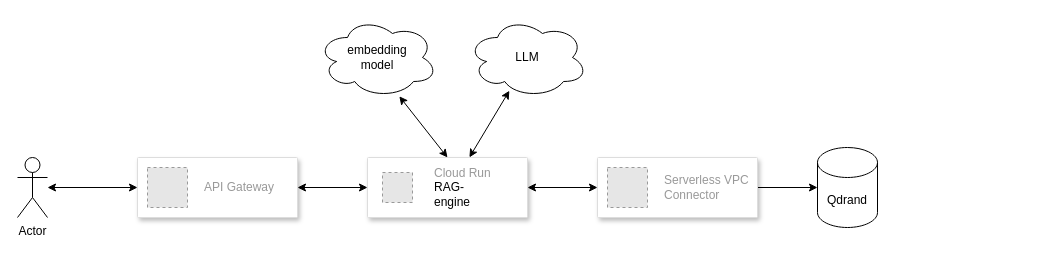
Above: docs/infrastructure.drawio in mila-ai4h/rag_tool (draw.io), before the change. Source tidied: cells renumbered, new cells numbered last; positions are measured from the earlier drawing's top-left corner, leaving out a move shared by most shapes. Both pictures are drawn from the tidied source at 100%, with x=0, y=0 at pixel (17, 17). Pictures stored in the file or linked from it are replaced by grey dashed boxes.
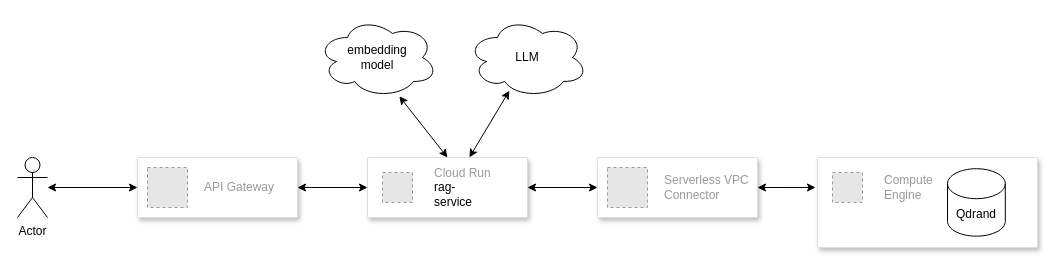
The same diagram, later.

The change refers to these unchanged cells:
```xml
<mxCell id="13" style="strokeColor=#dddddd;shadow=1;strokeWidth=1;rounded=1;absoluteArcSize=1;arcSize=2;" parent="1" vertex="1">
  <mxGeometry x="350" y="140" width="160" height="60" as="geometry" />
</mxCell>
<mxCell id="17" style="strokeColor=#dddddd;shadow=1;strokeWidth=1;rounded=1;absoluteArcSize=1;arcSize=2;" parent="1" vertex="1">
  <mxGeometry x="580" y="140" width="160" height="60" as="geometry" />
</mxCell>
```

Change to the diagram source:
```diff
@@
-    <mxCell id="14" value="Cloud Run&lt;br&gt;&lt;span style=&quot;color: rgb(0, 0, 0); text-align: center; text-wrap-mode: wrap;&quot;&gt;RAG-engine&lt;/span&gt;" style="fillColor=#E6E6E6;strokeColor=#999999;dashed=1;html=1;fontColor=#999999;verticalLabelPosition=middle;verticalAlign=middle;labelPosition=right;align=left;spacingLeft=20;" parent="13" vertex="1">
+    <mxCell id="14" value="Cloud Run&lt;br&gt;&lt;span style=&quot;color: rgb(0, 0, 0); text-align: center; text-wrap-mode: wrap;&quot;&gt;rag-service&lt;/span&gt;" style="fillColor=#E6E6E6;strokeColor=#999999;dashed=1;html=1;fontColor=#999999;verticalLabelPosition=middle;verticalAlign=middle;labelPosition=right;align=left;spacingLeft=20;" parent="13" vertex="1">
       <mxGeometry width="30" height="30" relative="1" as="geometry">
         <mxPoint x="15" y="15" as="offset" />
       </mxGeometry>
     </mxCell>
-    <mxCell id="15" value="Qdrand" style="shape=cylinder3;whiteSpace=wrap;html=1;boundedLbl=1;backgroundOutline=1;size=15;" parent="1" vertex="1">
-      <mxGeometry x="800" y="130" width="60" height="80" as="geometry" />
-    </mxCell>
-    <mxCell id="16" style="edgeStyle=none;html=1;exitX=1;exitY=0.5;exitDx=0;exitDy=0;" parent="1" edge="1" source="17" target="15">
-      <mxGeometry relative="1" as="geometry" />
-    </mxCell>
@@
+    <mxCell id="20" style="strokeColor=#dddddd;shadow=1;strokeWidth=1;rounded=1;absoluteArcSize=1;arcSize=2;" parent="1" vertex="1">
+      <mxGeometry x="800" y="140" width="220" height="90" as="geometry" />
+    </mxCell>
+    <mxCell id="21" value="Compute&#10;Engine" style="fillColor=#E6E6E6;strokeColor=#999999;dashed=1;html=1;fontColor=#999999;verticalLabelPosition=middle;verticalAlign=middle;labelPosition=right;align=left;spacingLeft=20;" parent="20" vertex="1">
+      <mxGeometry width="30" height="30" relative="1" as="geometry">
+        <mxPoint x="15" y="15" as="offset" />
+      </mxGeometry>
+    </mxCell>
+    <mxCell id="15" value="Qdrand" style="shape=cylinder3;whiteSpace=wrap;html=1;boundedLbl=1;backgroundOutline=1;size=15;" parent="20" vertex="1">
+      <mxGeometry x="130" y="11.2" width="57.8" height="67.5" as="geometry" />
+    </mxCell>
+    <mxCell id="22" style="edgeStyle=none;html=1;exitX=1;exitY=0.5;exitDx=0;exitDy=0;entryX=-0.009;entryY=0.333;entryDx=0;entryDy=0;entryPerimeter=0;startArrow=classic;startFill=1;" parent="1" edge="1" source="17" target="20">
+      <mxGeometry relative="1" as="geometry" />
+    </mxCell>
```
